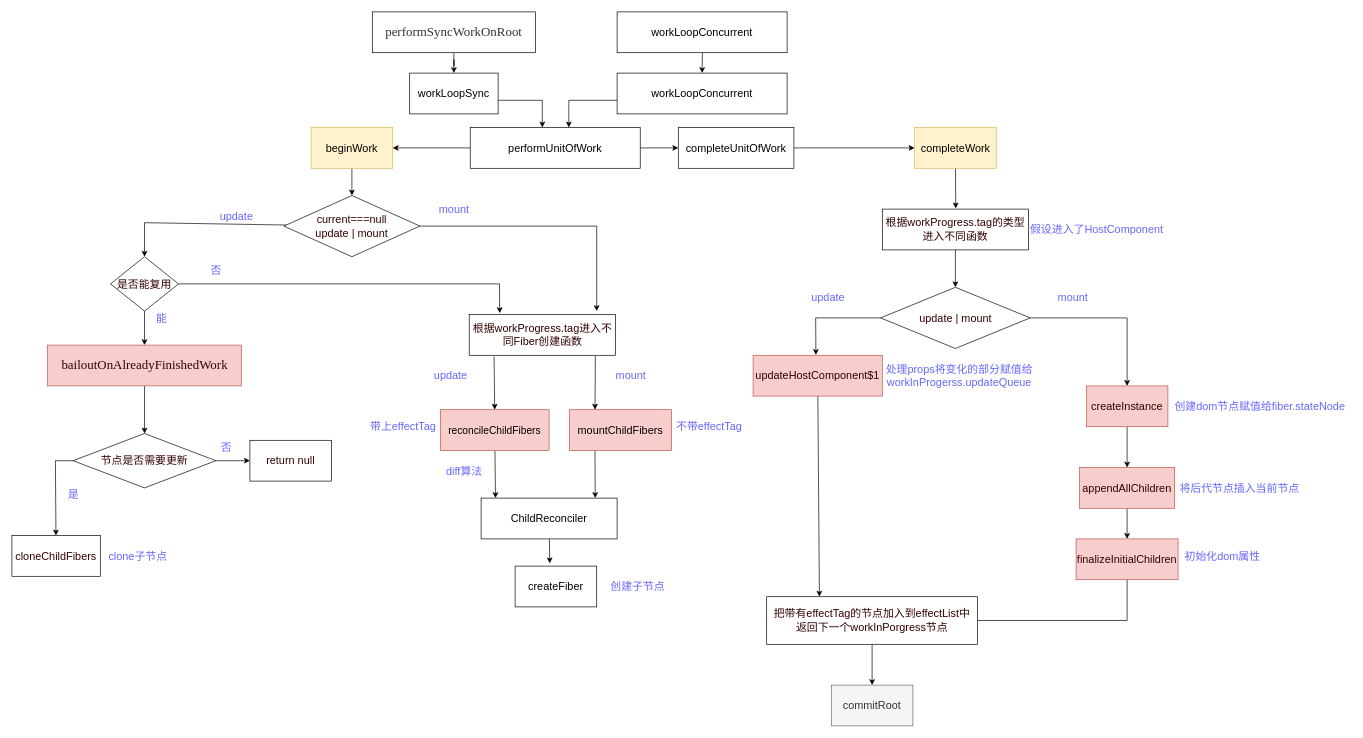
This is page "Page-5" (5 of 23) of 第五章_0.drawio from xiaochen1024/react_code, a draw.io file, before an edit. Source tidied: cells renumbered, new cells numbered last; positions are measured from the earlier drawing's top-left corner, leaving out a move shared by most shapes. Both pictures are drawn from the tidied source at 68%, with x=0, y=0 at pixel (12, 12).
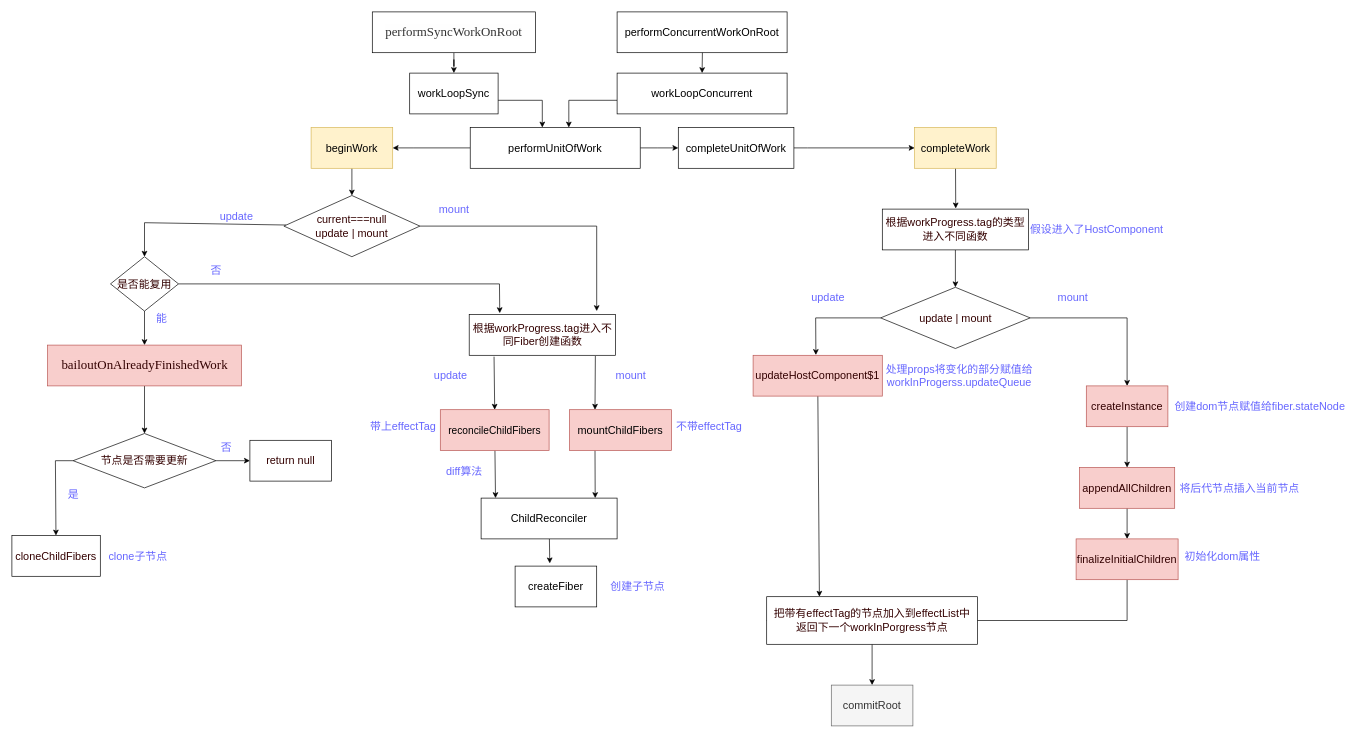
The same diagram, later.

What changed in the source:
```diff
@@
-    <mxCell id="5" value="&lt;font style=&quot;font-size: 16px&quot;&gt;workLoopConcurrent&lt;/font&gt;" style="rounded=0;whiteSpace=wrap;html=1;strokeWidth=1;" parent="1" vertex="1">
+    <mxCell id="5" value="&lt;font style=&quot;font-size: 16px&quot;&gt;performConcurrentWorkOnRoot&lt;/font&gt;" style="rounded=0;whiteSpace=wrap;html=1;strokeWidth=1;" parent="1" vertex="1">
       <mxGeometry x="890" width="250" height="60" as="geometry" />
     </mxCell>
```
